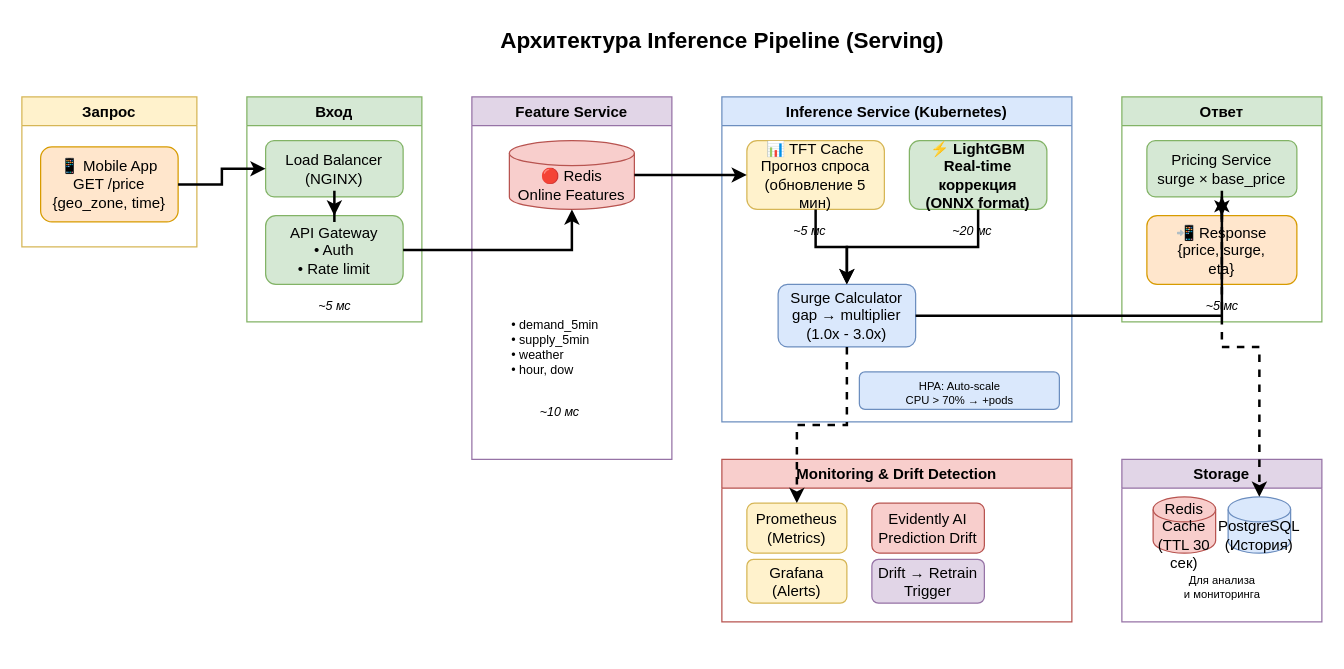
This is diagrams/4_inference_pipeline.drawio from mityamuch/MachineSystemsKP, a draw.io file, before an edit. Source tidied: cells renumbered, new cells numbered last; positions are measured from the earlier drawing's top-left corner, leaving out a move shared by most shapes. Both pictures are drawn from the tidied source at 125%, with x=0, y=0 at pixel (21, 21).
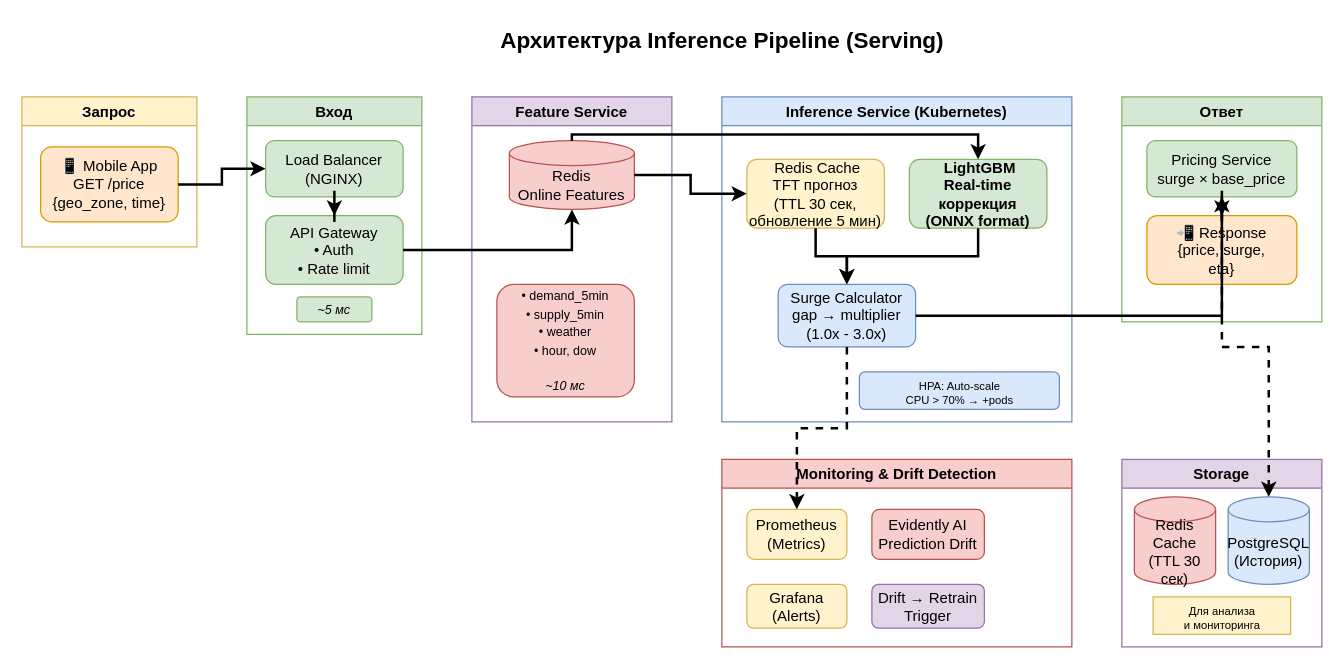
After the change.

The change refers to these unchanged cells:
```xml
<mxCell id="13" value="Inference Service (Kubernetes)" style="swimlane;fillColor=#dae8fc;strokeColor=#6c8ebf;fontStyle=1;" parent="1" vertex="1">
  <mxGeometry x="560" y="60" width="280" height="260" as="geometry" />
</mxCell>
<mxCell id="20" value="Ответ" style="swimlane;fillColor=#d5e8d4;strokeColor=#82b366;fontStyle=1;" parent="1" vertex="1">
  <mxGeometry x="880" y="60" width="160" height="180" as="geometry" />
</mxCell>
```

Change to the diagram source:
```diff
@@
     <mxCell id="5" value="Вход" style="swimlane;fillColor=#d5e8d4;strokeColor=#82b366;fontStyle=1;" parent="1" vertex="1">
-      <mxGeometry x="180" y="60" width="140" height="180" as="geometry" />
+      <mxGeometry x="180" y="60" width="140" height="190" as="geometry" />
     </mxCell>
@@
-    <mxCell id="8" value="~5 мс" style="text;html=1;strokeColor=none;fillColor=none;align=center;fontSize=10;fontStyle=2;" parent="5" vertex="1">
-      <mxGeometry x="40" y="155" width="60" height="20" as="geometry" />
-    </mxCell>
+    <mxCell id="43" value="&lt;span style=&quot;font-size: 10px; font-style: italic; text-wrap-mode: nowrap;&quot;&gt;~5 мс&lt;/span&gt;" style="rounded=1;whiteSpace=wrap;html=1;fillColor=#d5e8d4;strokeColor=#82b366;" parent="5" vertex="1">
+      <mxGeometry x="40" y="160" width="60" height="20" as="geometry" />
+    </mxCell>
     <mxCell id="9" value="Feature Service" style="swimlane;fillColor=#e1d5e7;strokeColor=#9673a6;fontStyle=1;" parent="1" vertex="1">
-      <mxGeometry x="360" y="60" width="160" height="290" as="geometry" />
+      <mxGeometry x="360" y="60" width="160" height="260" as="geometry" />
     </mxCell>
-    <mxCell id="10" value="🔴 Redis&#10;Online Features" style="shape=cylinder3;whiteSpace=wrap;html=1;boundedLbl=1;backgroundOutline=1;size=10;fillColor=#f8cecc;strokeColor=#b85450;" parent="9" vertex="1">
+    <mxCell id="10" value="Redis&lt;br&gt;Online Features" style="shape=cylinder3;whiteSpace=wrap;html=1;boundedLbl=1;backgroundOutline=1;size=10;fillColor=#F8CECC;strokeColor=#B85450;" parent="9" vertex="1">
       <mxGeometry x="30" y="35" width="100" height="55" as="geometry" />
     </mxCell>
-    <mxCell id="11" value="• demand_5min&#10;• supply_5min&#10;• weather&#10;• hour, dow" style="text;html=1;strokeColor=none;fillColor=none;align=left;fontSize=10;" parent="9" vertex="1">
-      <mxGeometry x="30" y="170" width="100" height="50" as="geometry" />
-    </mxCell>
-    <mxCell id="12" value="~10 мс" style="text;html=1;strokeColor=none;fillColor=none;align=center;fontSize=10;fontStyle=2;" parent="9" vertex="1">
-      <mxGeometry x="40" y="240" width="60" height="20" as="geometry" />
-    </mxCell>
+    <mxCell id="44" value="&lt;span style=&quot;font-size: 10px; text-align: left; text-wrap-mode: nowrap;&quot;&gt;• demand_5min&lt;/span&gt;&lt;br style=&quot;font-size: 10px; text-align: left; text-wrap-mode: nowrap;&quot;&gt;&lt;span style=&quot;font-size: 10px; text-align: left; text-wrap-mode: nowrap;&quot;&gt;• supply_5min&lt;/span&gt;&lt;br style=&quot;font-size: 10px; text-align: left; text-wrap-mode: nowrap;&quot;&gt;&lt;span style=&quot;font-size: 10px; text-align: left; text-wrap-mode: nowrap;&quot;&gt;• weather&lt;/span&gt;&lt;br style=&quot;font-size: 10px; text-align: left; text-wrap-mode: nowrap;&quot;&gt;&lt;span style=&quot;font-size: 10px; text-align: left; text-wrap-mode: nowrap;&quot;&gt;• hour, dow&lt;/span&gt;&lt;div&gt;&lt;span style=&quot;font-size: 10px; text-align: left; text-wrap-mode: nowrap;&quot;&gt;&lt;br&gt;&lt;/span&gt;&lt;/div&gt;&lt;div&gt;&lt;span style=&quot;font-size: 10px; font-style: italic; text-wrap-mode: nowrap;&quot;&gt;~10 мс&lt;/span&gt;&lt;span style=&quot;font-size: 10px; text-align: left; text-wrap-mode: nowrap;&quot;&gt;&lt;/span&gt;&lt;/div&gt;" style="rounded=1;whiteSpace=wrap;html=1;fillColor=#F8CECC;strokeColor=#B85450;gradientColor=none;" parent="9" vertex="1">
+      <mxGeometry x="20" y="150" width="110" height="90" as="geometry" />
+    </mxCell>
@@
-    <mxCell id="14" value="📊 TFT Cache&#10;Прогноз спроса&#10;(обновление 5 мин)" style="rounded=1;whiteSpace=wrap;html=1;fillColor=#fff2cc;strokeColor=#d6b656;" parent="13" vertex="1">
-      <mxGeometry x="20" y="35" width="110" height="55" as="geometry" />
+    <mxCell id="14" value="&amp;nbsp;Redis Cache&lt;br&gt;TFT прогноз&lt;br&gt;(TTL 30 сек,&lt;br&gt;обновление 5 мин)" style="rounded=1;whiteSpace=wrap;html=1;fillColor=#fff2cc;strokeColor=#d6b656;" parent="13" vertex="1">
+      <mxGeometry x="20" y="50" width="110" height="55" as="geometry" />
     </mxCell>
-    <mxCell id="15" value="~5 мс" style="text;html=1;strokeColor=none;fillColor=none;align=center;fontSize=10;fontStyle=2;" parent="13" vertex="1">
-      <mxGeometry x="40" y="95" width="60" height="15" as="geometry" />
-    </mxCell>
-    <mxCell id="16" value="⚡ LightGBM&#10;Real-time коррекция&#10;(ONNX format)" style="rounded=1;whiteSpace=wrap;html=1;fillColor=#d5e8d4;strokeColor=#82b366;fontStyle=1;" parent="13" vertex="1">
-      <mxGeometry x="150" y="35" width="110" height="55" as="geometry" />
+    <mxCell id="16" value="&amp;nbsp;LightGBM&lt;br&gt;Real-time коррекция&lt;br&gt;(ONNX format)" style="rounded=1;whiteSpace=wrap;html=1;fillColor=#d5e8d4;strokeColor=#82b366;fontStyle=1;" parent="13" vertex="1">
+      <mxGeometry x="150" y="50" width="110" height="55" as="geometry" />
     </mxCell>
-    <mxCell id="17" value="~20 мс" style="text;html=1;strokeColor=none;fillColor=none;align=center;fontSize=10;fontStyle=2;" parent="13" vertex="1">
-      <mxGeometry x="170" y="95" width="60" height="15" as="geometry" />
-    </mxCell>
@@
-    <mxCell id="23" value="~5 мс" style="text;html=1;strokeColor=none;fillColor=none;align=center;fontSize=10;fontStyle=2;" parent="20" vertex="1">
-      <mxGeometry x="50" y="155" width="60" height="20" as="geometry" />
-    </mxCell>
     <mxCell id="24" value="Monitoring &amp; Drift Detection" style="swimlane;fillColor=#f8cecc;strokeColor=#b85450;fontStyle=1;" parent="1" vertex="1">
-      <mxGeometry x="560" y="350" width="280" height="130" as="geometry" />
+      <mxGeometry x="560" y="350" width="280" height="150" as="geometry" />
     </mxCell>
     <mxCell id="25" value="Prometheus&#10;(Metrics)" style="rounded=1;whiteSpace=wrap;html=1;fillColor=#fff2cc;strokeColor=#d6b656;" parent="24" vertex="1">
-      <mxGeometry x="20" y="35" width="80" height="40" as="geometry" />
+      <mxGeometry x="20" y="40" width="80" height="40" as="geometry" />
     </mxCell>
     <mxCell id="26" value="Grafana&#10;(Alerts)" style="rounded=1;whiteSpace=wrap;html=1;fillColor=#fff2cc;strokeColor=#d6b656;" parent="24" vertex="1">
-      <mxGeometry x="20" y="80" width="80" height="35" as="geometry" />
+      <mxGeometry x="20" y="100" width="80" height="35" as="geometry" />
     </mxCell>
     <mxCell id="27" value="Evidently AI&#10;Prediction Drift" style="rounded=1;whiteSpace=wrap;html=1;fillColor=#f8cecc;strokeColor=#b85450;" parent="24" vertex="1">
-      <mxGeometry x="120" y="35" width="90" height="40" as="geometry" />
+      <mxGeometry x="120" y="40" width="90" height="40" as="geometry" />
     </mxCell>
     <mxCell id="28" value="Drift → Retrain&#10;Trigger" style="rounded=1;whiteSpace=wrap;html=1;fillColor=#e1d5e7;strokeColor=#9673a6;" parent="24" vertex="1">
-      <mxGeometry x="120" y="80" width="90" height="35" as="geometry" />
+      <mxGeometry x="120" y="100" width="90" height="35" as="geometry" />
     </mxCell>
     <mxCell id="29" value="Storage" style="swimlane;fillColor=#e1d5e7;strokeColor=#9673a6;fontStyle=1;" parent="1" vertex="1">
-      <mxGeometry x="880" y="350" width="160" height="130" as="geometry" />
+      <mxGeometry x="880" y="350" width="160" height="150" as="geometry" />
     </mxCell>
     <mxCell id="30" value="Redis Cache&#10;(TTL 30 сек)" style="shape=cylinder3;whiteSpace=wrap;html=1;boundedLbl=1;backgroundOutline=1;size=10;fillColor=#f8cecc;strokeColor=#b85450;" parent="29" vertex="1">
-      <mxGeometry x="25" y="30" width="50" height="45" as="geometry" />
+      <mxGeometry x="10" y="30" width="65" height="70" as="geometry" />
     </mxCell>
     <mxCell id="31" value="PostgreSQL&#10;(История)" style="shape=cylinder3;whiteSpace=wrap;html=1;boundedLbl=1;backgroundOutline=1;size=10;fillColor=#dae8fc;strokeColor=#6c8ebf;" parent="29" vertex="1">
-      <mxGeometry x="85" y="30" width="50" height="45" as="geometry" />
+      <mxGeometry x="85" y="30" width="65" height="70" as="geometry" />
     </mxCell>
-    <mxCell id="32" value="Для анализа&#10;и мониторинга" style="text;html=1;strokeColor=none;fillColor=none;align=center;fontSize=9;" parent="29" vertex="1">
-      <mxGeometry x="25" y="85" width="110" height="30" as="geometry" />
+    <mxCell id="32" value="Для анализа&#10;и мониторинга" style="text;html=1;strokeColor=#d6b656;fillColor=#fff2cc;align=center;fontSize=9;" parent="29" vertex="1">
+      <mxGeometry x="25" y="110" width="110" height="30" as="geometry" />
     </mxCell>
@@
+    <mxCell id="45" style="edgeStyle=orthogonalEdgeStyle;rounded=0;jettySize=auto;html=1;strokeWidth=2;" parent="1" edge="1" source="10" target="16">
+      <mxGeometry relative="1" as="geometry">
+        <Array as="points">
+          <mxPoint x="440" y="90" />
+          <mxPoint x="765" y="90" />
+        </Array>
+      </mxGeometry>
+    </mxCell>
```
